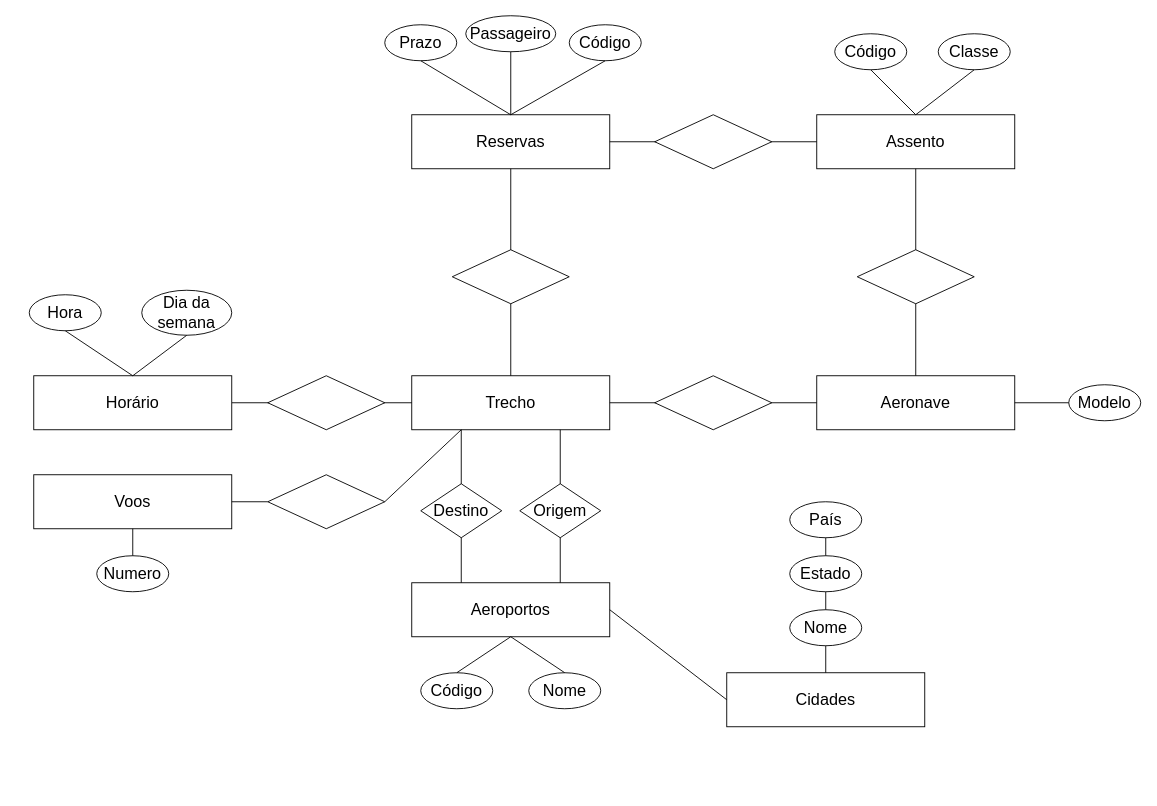
Above: Facul/Untitled Diagram.drawio in HansRafael/projects (draw.io), before the change. Source tidied: cells renumbered, new cells numbered last; positions are measured from the earlier drawing's top-left corner, leaving out a move shared by most shapes. Both pictures are drawn from the tidied source at 90%, with x=0, y=0 at pixel (29, 15).
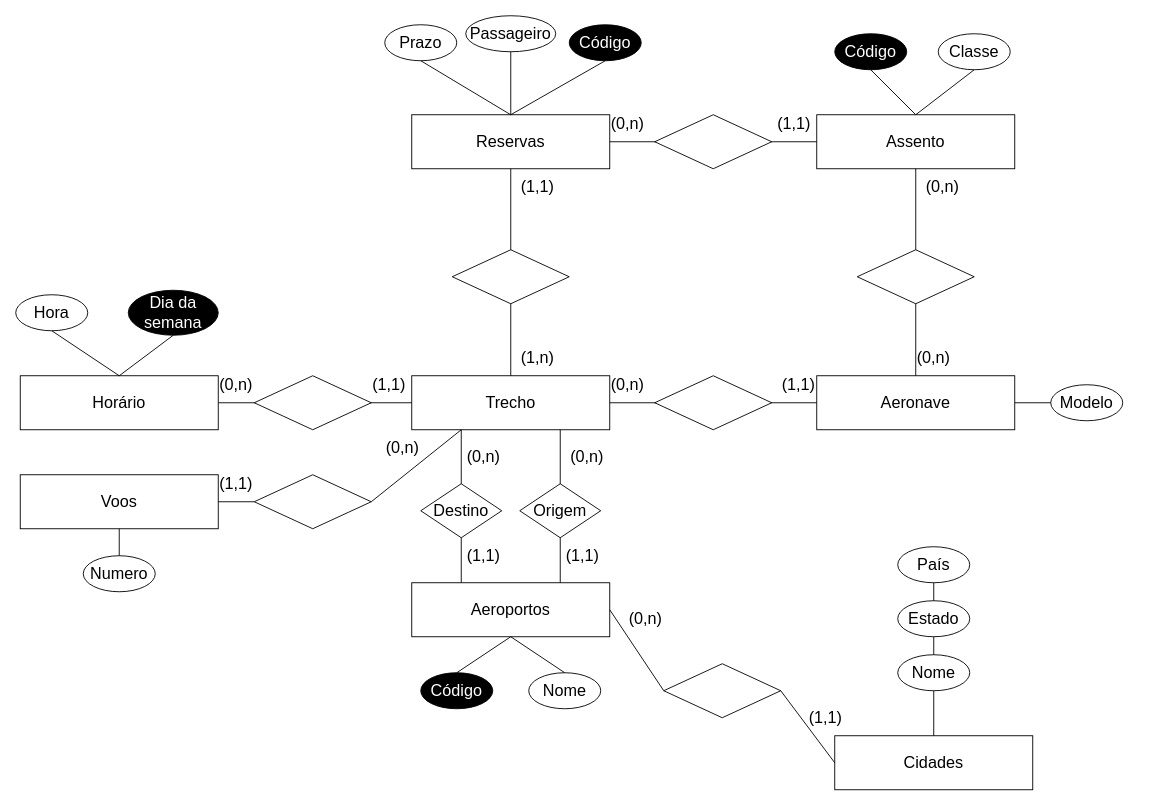
The same page after the edit.

The change refers to these unchanged cells:
```xml
<mxCell id="5" value="&lt;span style=&quot;font-size: 18px&quot;&gt;Aeroportos&lt;/span&gt;" style="rounded=0;whiteSpace=wrap;html=1;" parent="1" vertex="1">
  <mxGeometry x="425" y="630" width="220" height="60" as="geometry" />
</mxCell>
<mxCell id="8" value="&lt;span style=&quot;font-size: 18px&quot;&gt;Assento&lt;/span&gt;" style="rounded=0;whiteSpace=wrap;html=1;" parent="1" vertex="1">
  <mxGeometry x="875" y="110" width="220" height="60" as="geometry" />
</mxCell>
```

The edit, as a diff of the source:
```diff
@@
     <mxCell id="4" value="&lt;font style=&quot;font-size: 18px&quot;&gt;Cidades&lt;/font&gt;" style="rounded=0;whiteSpace=wrap;html=1;" parent="1" vertex="1">
-      <mxGeometry x="775" y="730" width="220" height="60" as="geometry" />
+      <mxGeometry x="895" y="800" width="220" height="60" as="geometry" />
     </mxCell>
@@
     <mxCell id="6" value="&lt;span style=&quot;font-size: 18px&quot;&gt;Voos&lt;/span&gt;" style="rounded=0;whiteSpace=wrap;html=1;" parent="1" vertex="1">
-      <mxGeometry x="5" y="510" width="220" height="60" as="geometry" />
+      <mxGeometry x="-10" y="510" width="220" height="60" as="geometry" />
     </mxCell>
@@
-    <mxCell id="9" value="&lt;font style=&quot;font-size: 18px&quot;&gt;Código&lt;/font&gt;" style="ellipse;whiteSpace=wrap;html=1;" parent="1" vertex="1">
+    <mxCell id="9" value="&lt;font style=&quot;font-size: 18px&quot; color=&quot;#ffffff&quot;&gt;Código&lt;/font&gt;" style="ellipse;whiteSpace=wrap;html=1;fillColor=#000000;" parent="1" vertex="1">
       <mxGeometry x="600" y="10" width="80" height="40" as="geometry" />
     </mxCell>
@@
     <mxCell id="17" value="&lt;font style=&quot;font-size: 18px&quot;&gt;Numero&lt;/font&gt;" style="ellipse;whiteSpace=wrap;html=1;" parent="1" vertex="1">
-      <mxGeometry x="75" y="600" width="80" height="40" as="geometry" />
+      <mxGeometry x="60" y="600" width="80" height="40" as="geometry" />
     </mxCell>
@@
     <mxCell id="20" value="&lt;font style=&quot;font-size: 18px&quot;&gt;Modelo&lt;/font&gt;" style="ellipse;whiteSpace=wrap;html=1;" parent="1" vertex="1">
-      <mxGeometry x="1155" y="410" width="80" height="40" as="geometry" />
+      <mxGeometry x="1135" y="410" width="80" height="40" as="geometry" />
     </mxCell>
@@
-    <mxCell id="22" style="endArrow=none;html=1;entryX=0;entryY=0.5;entryDx=0;entryDy=0;exitX=1;exitY=0.5;exitDx=0;exitDy=0;" parent="1" edge="1" source="5" target="4">
+    <mxCell id="22" style="endArrow=none;html=1;entryX=0;entryY=0.5;entryDx=0;entryDy=0;exitX=1;exitY=0.5;exitDx=0;exitDy=0;" parent="1" edge="1" source="5" target="64">
       <mxGeometry relative="1" as="geometry" />
     </mxCell>
@@
     <mxCell id="26" value="&lt;font style=&quot;font-size: 18px&quot;&gt;Nome&lt;/font&gt;" style="ellipse;whiteSpace=wrap;html=1;" parent="1" vertex="1">
-      <mxGeometry x="845" y="660" width="80" height="40" as="geometry" />
+      <mxGeometry x="965" y="710" width="80" height="40" as="geometry" />
     </mxCell>
     <mxCell id="27" value="&lt;font style=&quot;font-size: 18px&quot;&gt;Estado&lt;/font&gt;" style="ellipse;whiteSpace=wrap;html=1;" parent="1" vertex="1">
-      <mxGeometry x="845" y="600" width="80" height="40" as="geometry" />
+      <mxGeometry x="965" y="650" width="80" height="40" as="geometry" />
     </mxCell>
     <mxCell id="28" value="&lt;font style=&quot;font-size: 18px&quot;&gt;País&lt;/font&gt;" style="ellipse;whiteSpace=wrap;html=1;" parent="1" vertex="1">
-      <mxGeometry x="845" y="540" width="80" height="40" as="geometry" />
+      <mxGeometry x="965" y="590" width="80" height="40" as="geometry" />
     </mxCell>
@@
     <mxCell id="34" value="&lt;span style=&quot;font-size: 18px&quot;&gt;Horário&lt;/span&gt;" style="rounded=0;whiteSpace=wrap;html=1;" parent="1" vertex="1">
-      <mxGeometry x="5" y="400" width="220" height="60" as="geometry" />
+      <mxGeometry x="-10" y="400" width="220" height="60" as="geometry" />
     </mxCell>
     <mxCell id="35" value="&lt;font style=&quot;font-size: 18px&quot;&gt;Hora&lt;/font&gt;" style="ellipse;whiteSpace=wrap;html=1;" parent="1" vertex="1">
-      <mxGeometry y="310" width="80" height="40" as="geometry" />
+      <mxGeometry x="-15" y="310" width="80" height="40" as="geometry" />
     </mxCell>
-    <mxCell id="36" value="&lt;font style=&quot;font-size: 18px&quot;&gt;Dia da semana&lt;/font&gt;" style="ellipse;whiteSpace=wrap;html=1;" parent="1" vertex="1">
-      <mxGeometry x="125" y="305" width="100" height="50" as="geometry" />
+    <mxCell id="36" value="&lt;font style=&quot;font-size: 18px&quot;&gt;Dia da semana&lt;/font&gt;" style="ellipse;whiteSpace=wrap;html=1;shadow=0;sketch=0;fontColor=#ffffff;fillColor=#000000;" parent="1" vertex="1">
+      <mxGeometry x="110" y="305" width="100" height="50" as="geometry" />
     </mxCell>
@@
     <mxCell id="39" style="rhombus;whiteSpace=wrap;html=1;" parent="1" vertex="1">
-      <mxGeometry x="265" y="400" width="130" height="60" as="geometry" />
+      <mxGeometry x="250" y="400" width="130" height="60" as="geometry" />
     </mxCell>
@@
-    <mxCell id="42" value="&lt;font style=&quot;font-size: 18px&quot;&gt;Código&lt;/font&gt;" style="ellipse;whiteSpace=wrap;html=1;" parent="1" vertex="1">
-      <mxGeometry x="895" y="20" width="80" height="40" as="geometry" />
-    </mxCell>
@@
-    <mxCell id="44" style="endArrow=none;html=1;entryX=0.5;entryY=1;entryDx=0;entryDy=0;exitX=0.5;exitY=0;exitDx=0;exitDy=0;" parent="1" edge="1" source="8" target="42">
+    <mxCell id="44" style="endArrow=none;html=1;exitX=0.5;exitY=0;exitDx=0;exitDy=0;entryX=0.5;entryY=1;entryDx=0;entryDy=0;" parent="1" edge="1" source="8" target="66">
       <mxGeometry relative="1" as="geometry" />
     </mxCell>
@@
     <mxCell id="47" style="rhombus;whiteSpace=wrap;html=1;rotation=0;" parent="1" vertex="1">
-      <mxGeometry x="265" y="510" width="130" height="60" as="geometry" />
+      <mxGeometry x="250" y="510" width="130" height="60" as="geometry" />
     </mxCell>
@@
-    <mxCell id="54" value="&lt;font style=&quot;font-size: 18px&quot;&gt;Código&lt;/font&gt;" style="ellipse;whiteSpace=wrap;html=1;" parent="1" vertex="1">
-      <mxGeometry x="435" y="730" width="80" height="40" as="geometry" />
-    </mxCell>
-    <mxCell id="55" style="endArrow=none;html=1;entryX=0.5;entryY=1;entryDx=0;entryDy=0;exitX=0.5;exitY=0;exitDx=0;exitDy=0;" parent="1" edge="1" source="54" target="5">
+    <mxCell id="55" style="endArrow=none;html=1;entryX=0.5;entryY=1;entryDx=0;entryDy=0;exitX=0.5;exitY=0;exitDx=0;exitDy=0;" parent="1" edge="1" source="67" target="5">
       <mxGeometry relative="1" as="geometry" />
     </mxCell>
+    <mxCell id="56" value="&lt;font style=&quot;font-size: 18px&quot;&gt;(1,1)&lt;/font&gt;" style="text;html=1;strokeColor=none;fillColor=none;align=center;verticalAlign=middle;whiteSpace=wrap;rounded=0;" parent="1" vertex="1">
+      <mxGeometry x="485" y="590" width="40" height="20" as="geometry" />
+    </mxCell>
+    <mxCell id="57" value="&lt;font style=&quot;font-size: 18px&quot;&gt;(1,1)&lt;/font&gt;" style="text;html=1;strokeColor=none;fillColor=none;align=center;verticalAlign=middle;whiteSpace=wrap;rounded=0;" parent="1" vertex="1">
+      <mxGeometry x="595" y="590" width="40" height="20" as="geometry" />
+    </mxCell>
+    <mxCell id="58" value="&lt;font style=&quot;font-size: 18px&quot;&gt;(0,n)&lt;/font&gt;" style="text;html=1;strokeColor=none;fillColor=none;align=center;verticalAlign=middle;whiteSpace=wrap;rounded=0;" parent="1" vertex="1">
+      <mxGeometry x="485" y="480" width="40" height="20" as="geometry" />
+    </mxCell>
+    <mxCell id="59" value="&lt;font style=&quot;font-size: 18px&quot;&gt;(0,n)&lt;/font&gt;" style="text;html=1;strokeColor=none;fillColor=none;align=center;verticalAlign=middle;whiteSpace=wrap;rounded=0;" parent="1" vertex="1">
+      <mxGeometry x="600" y="480" width="40" height="20" as="geometry" />
+    </mxCell>
+    <mxCell id="60" value="&lt;font style=&quot;font-size: 18px&quot;&gt;(1,1)&lt;/font&gt;" style="text;html=1;strokeColor=none;fillColor=none;align=center;verticalAlign=middle;whiteSpace=wrap;rounded=0;" parent="1" vertex="1">
+      <mxGeometry x="380" y="400" width="40" height="20" as="geometry" />
+    </mxCell>
+    <mxCell id="61" value="&lt;font style=&quot;font-size: 18px&quot;&gt;(0,n)&lt;/font&gt;" style="text;html=1;strokeColor=none;fillColor=none;align=center;verticalAlign=middle;whiteSpace=wrap;rounded=0;" parent="1" vertex="1">
+      <mxGeometry x="210" y="400" width="40" height="20" as="geometry" />
+    </mxCell>
+    <mxCell id="62" value="&lt;font style=&quot;font-size: 18px&quot;&gt;(0,n)&lt;/font&gt;" style="text;html=1;strokeColor=none;fillColor=none;align=center;verticalAlign=middle;whiteSpace=wrap;rounded=0;" parent="1" vertex="1">
+      <mxGeometry x="395" y="470" width="40" height="20" as="geometry" />
+    </mxCell>
+    <mxCell id="63" value="&lt;font style=&quot;font-size: 18px&quot;&gt;(1,1)&lt;/font&gt;" style="text;html=1;strokeColor=none;fillColor=none;align=center;verticalAlign=middle;whiteSpace=wrap;rounded=0;" parent="1" vertex="1">
+      <mxGeometry x="210" y="510" width="40" height="20" as="geometry" />
+    </mxCell>
+    <mxCell id="64" style="rhombus;whiteSpace=wrap;html=1;rotation=0;" parent="1" vertex="1">
+      <mxGeometry x="705" y="720" width="130" height="60" as="geometry" />
+    </mxCell>
+    <mxCell id="65" style="endArrow=none;html=1;entryX=1;entryY=0.5;entryDx=0;entryDy=0;exitX=0;exitY=0.5;exitDx=0;exitDy=0;" parent="1" edge="1" source="4" target="64">
+      <mxGeometry relative="1" as="geometry" />
+    </mxCell>
+    <mxCell id="66" value="&lt;font style=&quot;font-size: 18px&quot; color=&quot;#ffffff&quot;&gt;Código&lt;/font&gt;" style="ellipse;whiteSpace=wrap;html=1;fillColor=#000000;" parent="1" vertex="1">
+      <mxGeometry x="895" y="20" width="80" height="40" as="geometry" />
+    </mxCell>
+    <mxCell id="67" value="&lt;font style=&quot;font-size: 18px&quot; color=&quot;#ffffff&quot;&gt;Código&lt;/font&gt;" style="ellipse;whiteSpace=wrap;html=1;fillColor=#000000;" parent="1" vertex="1">
+      <mxGeometry x="435" y="730" width="80" height="40" as="geometry" />
+    </mxCell>
+    <mxCell id="68" value="&lt;font style=&quot;font-size: 18px&quot;&gt;(0,n)&lt;/font&gt;" style="text;html=1;strokeColor=none;fillColor=none;align=center;verticalAlign=middle;whiteSpace=wrap;rounded=0;" parent="1" vertex="1">
+      <mxGeometry x="665" y="660" width="40" height="20" as="geometry" />
+    </mxCell>
+    <mxCell id="69" value="&lt;font style=&quot;font-size: 18px&quot;&gt;(1,1)&lt;/font&gt;" style="text;html=1;strokeColor=none;fillColor=none;align=center;verticalAlign=middle;whiteSpace=wrap;rounded=0;" parent="1" vertex="1">
+      <mxGeometry x="865" y="770" width="40" height="20" as="geometry" />
+    </mxCell>
+    <mxCell id="70" value="&lt;font style=&quot;font-size: 18px&quot;&gt;(1,n)&lt;/font&gt;" style="text;html=1;strokeColor=none;fillColor=none;align=center;verticalAlign=middle;whiteSpace=wrap;rounded=0;" parent="1" vertex="1">
+      <mxGeometry x="545" y="370" width="40" height="20" as="geometry" />
+    </mxCell>
+    <mxCell id="71" value="&lt;font style=&quot;font-size: 18px&quot;&gt;(1,1)&lt;/font&gt;" style="text;html=1;strokeColor=none;fillColor=none;align=center;verticalAlign=middle;whiteSpace=wrap;rounded=0;" parent="1" vertex="1">
+      <mxGeometry x="545" y="180" width="40" height="20" as="geometry" />
+    </mxCell>
+    <mxCell id="72" value="&lt;font style=&quot;font-size: 18px&quot;&gt;(1,1)&lt;/font&gt;" style="text;html=1;strokeColor=none;fillColor=none;align=center;verticalAlign=middle;whiteSpace=wrap;rounded=0;" parent="1" vertex="1">
+      <mxGeometry x="830" y="110" width="40" height="20" as="geometry" />
+    </mxCell>
+    <mxCell id="73" value="&lt;font style=&quot;font-size: 18px&quot;&gt;(0,n)&lt;/font&gt;" style="text;html=1;strokeColor=none;fillColor=none;align=center;verticalAlign=middle;whiteSpace=wrap;rounded=0;" parent="1" vertex="1">
+      <mxGeometry x="645" y="110" width="40" height="20" as="geometry" />
+    </mxCell>
+    <mxCell id="74" value="&lt;font style=&quot;font-size: 18px&quot;&gt;(0,n)&lt;/font&gt;" style="text;html=1;strokeColor=none;fillColor=none;align=center;verticalAlign=middle;whiteSpace=wrap;rounded=0;" parent="1" vertex="1">
+      <mxGeometry x="985" y="370" width="40" height="20" as="geometry" />
+    </mxCell>
+    <mxCell id="75" value="&lt;font style=&quot;font-size: 18px&quot;&gt;(0,n)&lt;/font&gt;" style="text;html=1;strokeColor=none;fillColor=none;align=center;verticalAlign=middle;whiteSpace=wrap;rounded=0;" parent="1" vertex="1">
+      <mxGeometry x="995" y="180" width="40" height="20" as="geometry" />
+    </mxCell>
+    <mxCell id="76" value="&lt;font style=&quot;font-size: 18px&quot;&gt;(0,n)&lt;/font&gt;" style="text;html=1;strokeColor=none;fillColor=none;align=center;verticalAlign=middle;whiteSpace=wrap;rounded=0;" parent="1" vertex="1">
+      <mxGeometry x="645" y="400" width="40" height="20" as="geometry" />
+    </mxCell>
+    <mxCell id="77" value="&lt;font style=&quot;font-size: 18px&quot;&gt;(1,1)&lt;/font&gt;" style="text;html=1;strokeColor=none;fillColor=none;align=center;verticalAlign=middle;whiteSpace=wrap;rounded=0;" parent="1" vertex="1">
+      <mxGeometry x="835" y="400" width="40" height="20" as="geometry" />
+    </mxCell>
```
